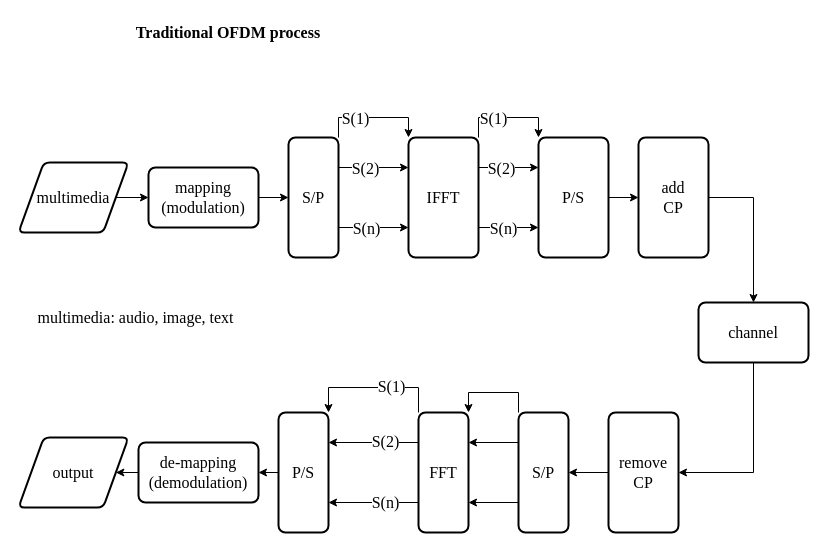
Above: page "tradOFDM" (1 of 5) of mod.drawio in troders34/research (draw.io), before the change. Source tidied: cells renumbered, new cells numbered last; positions are measured from the earlier drawing's top-left corner, leaving out a move shared by most shapes. Both pictures are drawn from the tidied source at 100%, with x=0, y=0 at pixel (18, 17).
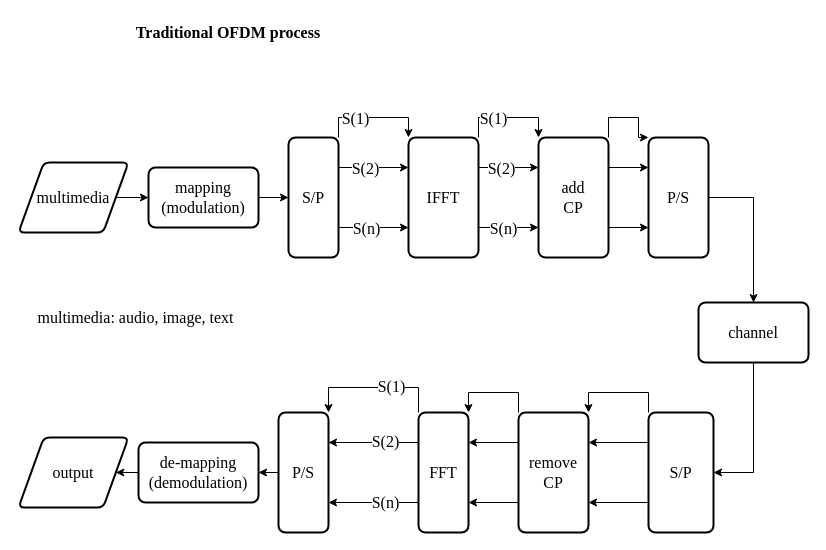
The same diagram, later.

The edit, as a diff of the source:
```diff
@@
-    <mxCell id="35" style="edgeStyle=orthogonalEdgeStyle;rounded=0;jettySize=auto;html=1;exitX=1;exitY=0.5;exitDx=0;exitDy=0;entryX=0;entryY=0.5;entryDx=0;entryDy=0;" parent="1" edge="1" source="36" target="38">
-      <mxGeometry relative="1" as="geometry" />
-    </mxCell>
+    <mxCell id="46" style="edgeStyle=orthogonalEdgeStyle;rounded=0;jettySize=auto;html=1;exitX=1;exitY=0.25;exitDx=0;exitDy=0;entryX=0;entryY=0.25;entryDx=0;entryDy=0;" parent="1" edge="1" source="36" target="38">
+      <mxGeometry relative="1" as="geometry" />
+    </mxCell>
+    <mxCell id="47" style="edgeStyle=orthogonalEdgeStyle;rounded=0;jettySize=auto;html=1;exitX=1;exitY=0;exitDx=0;exitDy=0;entryX=0;entryY=0;entryDx=0;entryDy=0;" parent="1" edge="1" source="36" target="38">
+      <mxGeometry relative="1" as="geometry">
+        <Array as="points">
+          <mxPoint x="590" y="100" />
+          <mxPoint x="620" y="100" />
+        </Array>
+      </mxGeometry>
+    </mxCell>
+    <mxCell id="48" style="edgeStyle=orthogonalEdgeStyle;rounded=0;jettySize=auto;html=1;exitX=1;exitY=0.75;exitDx=0;exitDy=0;entryX=0;entryY=0.75;entryDx=0;entryDy=0;" parent="1" edge="1" source="36" target="38">
+      <mxGeometry relative="1" as="geometry" />
+    </mxCell>
-    <mxCell id="36" value="P/S" style="rounded=1;whiteSpace=wrap;html=1;absoluteArcSize=1;arcSize=14;strokeWidth=2;fontSize=16;fontFamily=Times New Roman;" parent="1" vertex="1">
+    <mxCell id="36" value="add&lt;div&gt;CP&lt;/div&gt;" style="rounded=1;whiteSpace=wrap;html=1;absoluteArcSize=1;arcSize=14;strokeWidth=2;fontSize=16;fontFamily=Times New Roman;" parent="1" vertex="1">
       <mxGeometry x="520" y="120" width="70" height="120" as="geometry" />
     </mxCell>
@@
-    <mxCell id="38" value="add&lt;div&gt;CP&lt;/div&gt;" style="rounded=1;whiteSpace=wrap;html=1;absoluteArcSize=1;arcSize=14;strokeWidth=2;fontSize=16;fontFamily=Times New Roman;" parent="1" vertex="1">
-      <mxGeometry x="620" y="120" width="70" height="120" as="geometry" />
+    <mxCell id="38" value="P/S" style="rounded=1;whiteSpace=wrap;html=1;absoluteArcSize=1;arcSize=14;strokeWidth=2;fontSize=16;fontFamily=Times New Roman;" parent="1" vertex="1">
+      <mxGeometry x="630" y="120" width="60" height="120" as="geometry" />
     </mxCell>
@@
-    <mxCell id="43" value="S/P" style="rounded=1;whiteSpace=wrap;html=1;absoluteArcSize=1;arcSize=14;strokeWidth=2;fontSize=16;fontFamily=Times New Roman;" parent="1" vertex="1">
-      <mxGeometry x="500" y="395" width="50" height="120" as="geometry" />
+    <mxCell id="43" value="remove&lt;div&gt;CP&lt;/div&gt;" style="rounded=1;whiteSpace=wrap;html=1;absoluteArcSize=1;arcSize=14;strokeWidth=2;fontSize=16;fontFamily=Times New Roman;" parent="1" vertex="1">
+      <mxGeometry x="500" y="395" width="70" height="120" as="geometry" />
     </mxCell>
-    <mxCell id="44" style="edgeStyle=orthogonalEdgeStyle;rounded=0;jettySize=auto;html=1;exitX=0;exitY=0.5;exitDx=0;exitDy=0;entryX=1;entryY=0.5;entryDx=0;entryDy=0;" parent="1" edge="1" source="45" target="43">
-      <mxGeometry relative="1" as="geometry" />
-    </mxCell>
+    <mxCell id="49" style="edgeStyle=orthogonalEdgeStyle;rounded=0;jettySize=auto;html=1;exitX=0;exitY=0.25;exitDx=0;exitDy=0;entryX=1;entryY=0.25;entryDx=0;entryDy=0;" parent="1" edge="1" source="45" target="43">
+      <mxGeometry relative="1" as="geometry" />
+    </mxCell>
+    <mxCell id="50" style="edgeStyle=orthogonalEdgeStyle;rounded=0;jettySize=auto;html=1;exitX=0;exitY=0.75;exitDx=0;exitDy=0;entryX=1;entryY=0.75;entryDx=0;entryDy=0;" parent="1" edge="1" source="45" target="43">
+      <mxGeometry relative="1" as="geometry" />
+    </mxCell>
+    <mxCell id="51" style="edgeStyle=orthogonalEdgeStyle;rounded=0;jettySize=auto;html=1;exitX=0;exitY=0;exitDx=0;exitDy=0;entryX=1;entryY=0;entryDx=0;entryDy=0;" parent="1" edge="1" source="45" target="43">
+      <mxGeometry relative="1" as="geometry" />
+    </mxCell>
-    <mxCell id="45" value="remove&lt;div&gt;CP&lt;/div&gt;" style="rounded=1;whiteSpace=wrap;html=1;absoluteArcSize=1;arcSize=14;strokeWidth=2;fontSize=16;fontFamily=Times New Roman;" parent="1" vertex="1">
-      <mxGeometry x="590" y="395" width="70" height="120" as="geometry" />
+    <mxCell id="45" value="S/P" style="rounded=1;whiteSpace=wrap;html=1;absoluteArcSize=1;arcSize=14;strokeWidth=2;fontSize=16;fontFamily=Times New Roman;" parent="1" vertex="1">
+      <mxGeometry x="630" y="395" width="65" height="120" as="geometry" />
     </mxCell>
```
